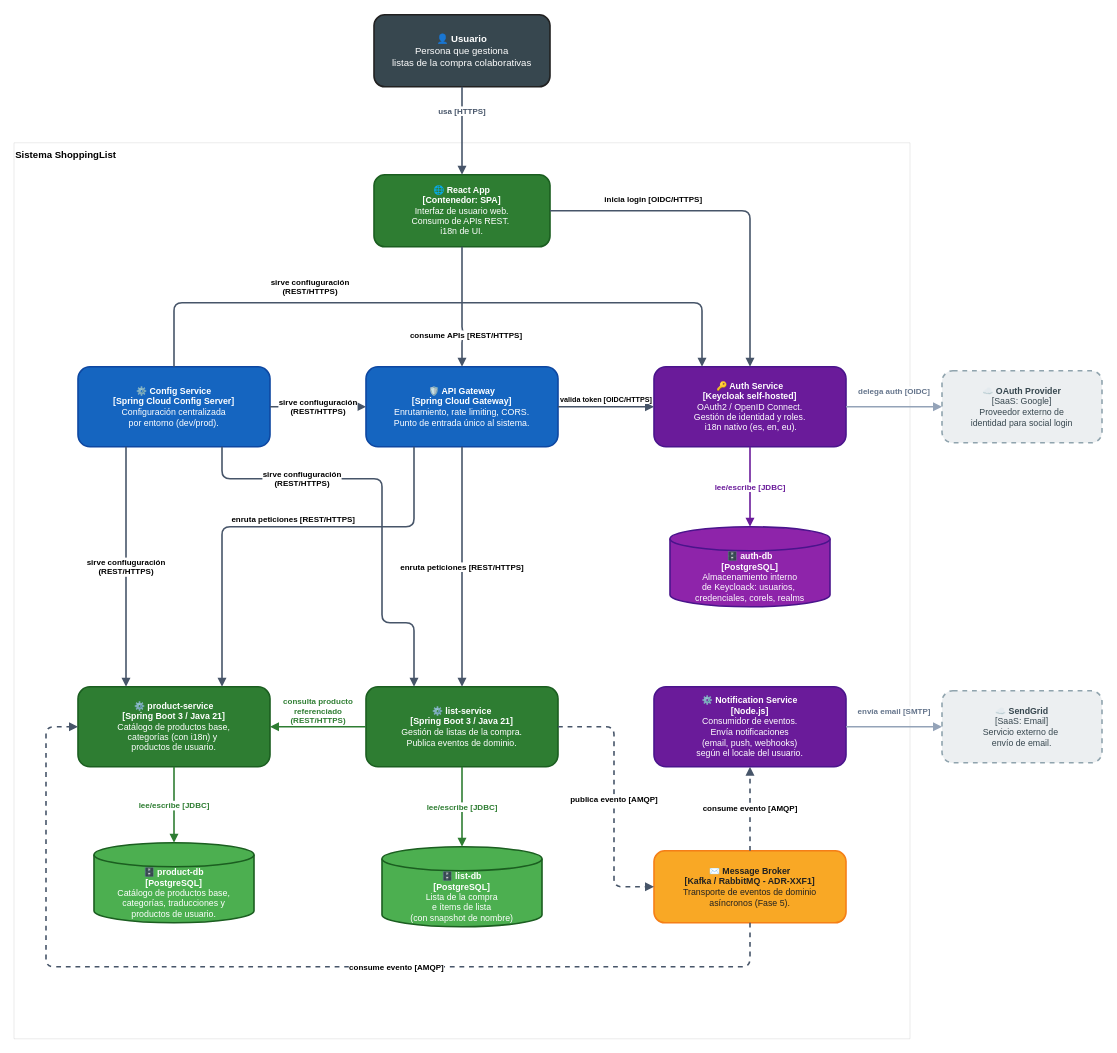
Before: docs/architecture/img/c4-level2-containers.drawio.xml in ivborrezo/shopping-list, a draw.io diagram. Source tidied: cells renumbered, new cells numbered last; positions are measured from the earlier drawing's top-left corner, leaving out a move shared by most shapes. Both pictures are drawn from the tidied source at 80%, with x=0, y=0 at pixel (14, 14).
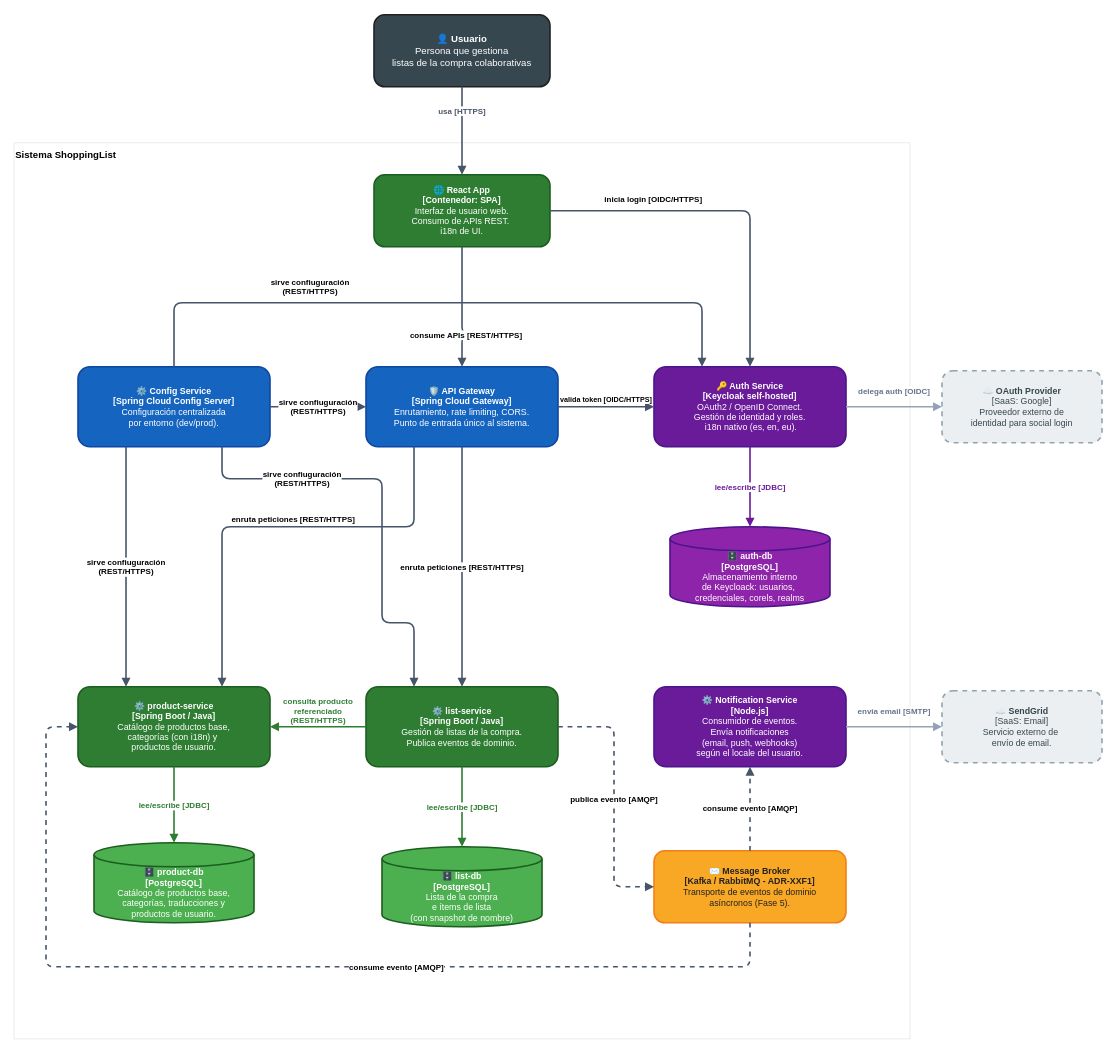
The same page after the edit.

The edit, as a diff of the source:
```diff
@@
-    <mxCell id="11" value="&lt;b&gt;⚙️ product-service&lt;/b&gt;&lt;br&gt;&lt;b&gt;[Spring Boot 3 / Java 21]&lt;/b&gt;&lt;br&gt;Catálogo de productos base,&lt;br&gt;&lt;div&gt;categorías (con i18n) y&amp;nbsp;&lt;/div&gt;&lt;div&gt;productos de usuario.&lt;/div&gt;" style="rounded=1;whiteSpace=wrap;html=1;fillColor=#2E7D32;strokeColor=#1B5E20;strokeWidth=2;fontColor=#FFFFFF;fontSize=11;align=center;" parent="1" vertex="1">
+    <mxCell id="11" value="&lt;b&gt;⚙️ product-service&lt;/b&gt;&lt;br&gt;&lt;b&gt;[Spring Boot / Java]&lt;/b&gt;&lt;br&gt;Catálogo de productos base,&lt;br&gt;&lt;div&gt;categorías (con i18n) y&amp;nbsp;&lt;/div&gt;&lt;div&gt;productos de usuario.&lt;/div&gt;" style="rounded=1;whiteSpace=wrap;html=1;fillColor=#2E7D32;strokeColor=#1B5E20;strokeWidth=2;fontColor=#FFFFFF;fontSize=11;align=center;" parent="1" vertex="1">
       <mxGeometry x="80" y="840" width="240" height="100" as="geometry" />
     </mxCell>
-    <mxCell id="12" value="&lt;b&gt;⚙️ list-service&lt;/b&gt;&lt;br/&gt;&lt;b&gt;[Spring Boot 3 / Java 21]&lt;/b&gt;&lt;br/&gt;Gestión de listas de la compra.&lt;br/&gt;Publica eventos de dominio." style="rounded=1;whiteSpace=wrap;html=1;fillColor=#2E7D32;strokeColor=#1B5E20;strokeWidth=2;fontColor=#FFFFFF;fontSize=11;align=center;" parent="1" vertex="1">
+    <mxCell id="12" value="&lt;b&gt;⚙️ list-service&lt;/b&gt;&lt;br/&gt;&lt;b&gt;[Spring Boot / Java]&lt;/b&gt;&lt;br/&gt;Gestión de listas de la compra.&lt;br/&gt;Publica eventos de dominio." style="rounded=1;whiteSpace=wrap;html=1;fillColor=#2E7D32;strokeColor=#1B5E20;strokeWidth=2;fontColor=#FFFFFF;fontSize=11;align=center;" parent="1" vertex="1">
       <mxGeometry x="440" y="840" width="240" height="100" as="geometry" />
     </mxCell>
```
